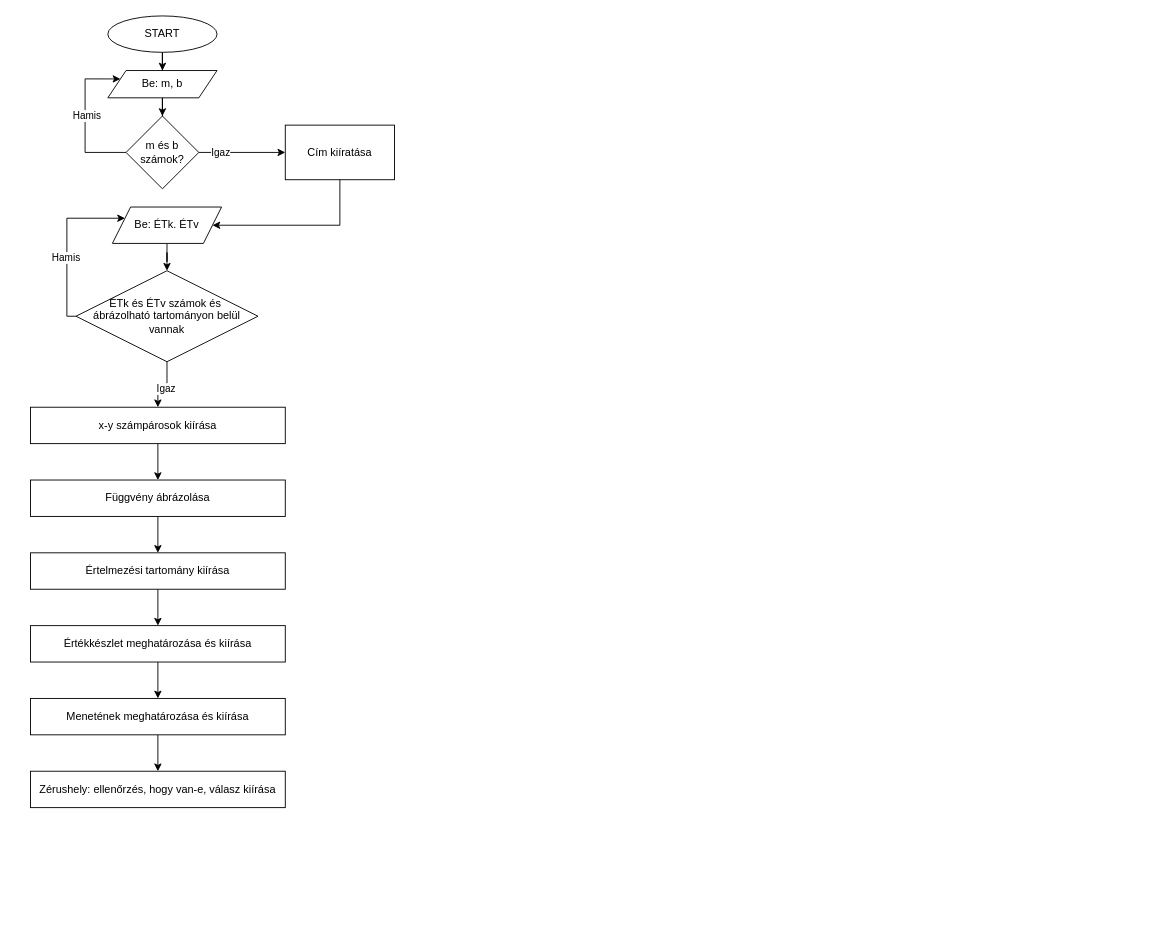
Before: elsofoku.drawio in Szirmill/szirmill.github.io, a draw.io diagram. Source tidied: cells renumbered, new cells numbered last; positions are measured from the earlier drawing's top-left corner, leaving out a move shared by most shapes. Both pictures are drawn from the tidied source at 91%, with x=0, y=0 at pixel (30, 15).
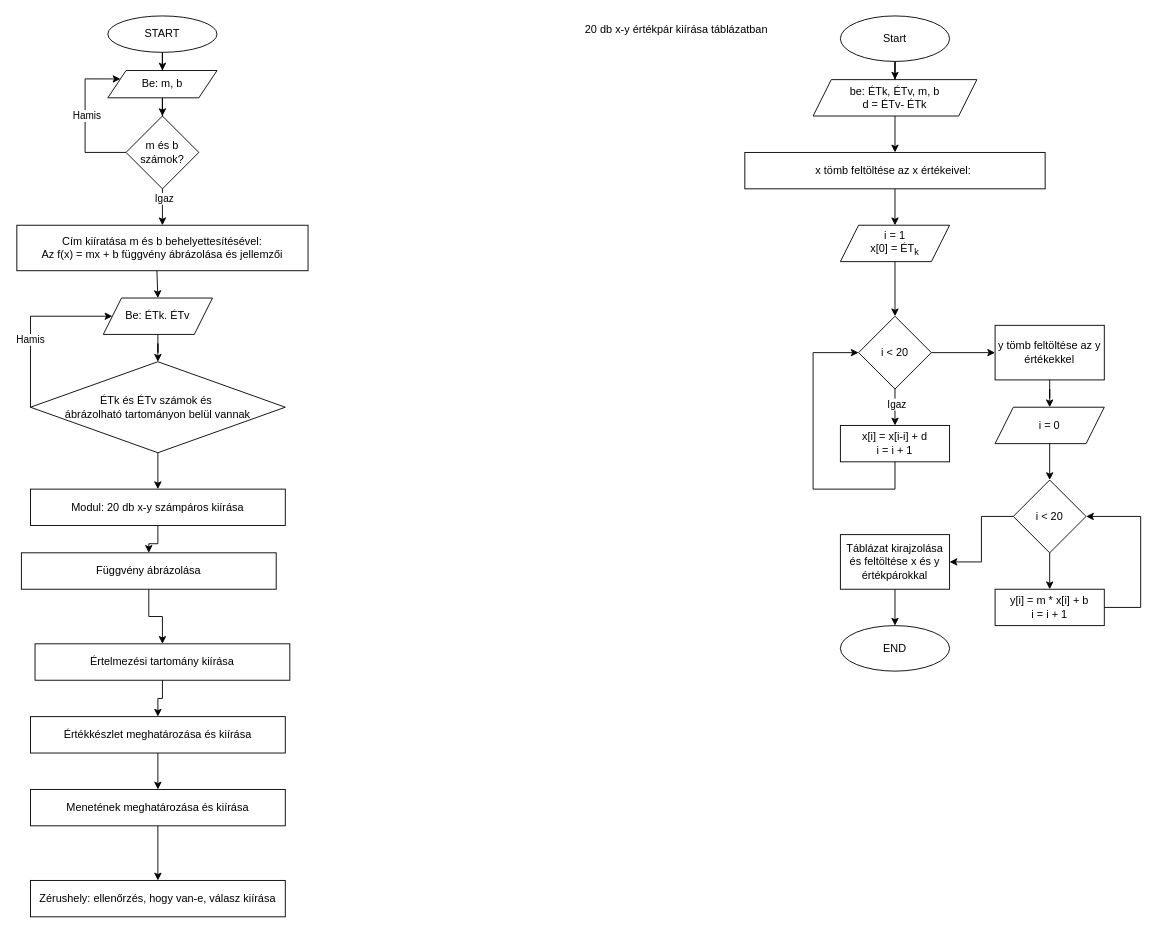
The same page after the edit.

Unchanged cells that the change refers to:
```xml
<mxCell id="10" value="m és b számok?" style="rhombus;whiteSpace=wrap;html=1;" parent="1" vertex="1">
  <mxGeometry x="105" y="110" width="80" height="80" as="geometry" />
</mxCell>
```

Change to the diagram source:
```diff
@@
-    <mxCell id="6" style="edgeStyle=orthogonalEdgeStyle;rounded=0;jettySize=auto;html=1;entryX=0;entryY=0.5;entryDx=0;entryDy=0;" parent="1" edge="1" source="10" target="20">
+    <mxCell id="6" style="edgeStyle=orthogonalEdgeStyle;rounded=0;jettySize=auto;html=1;entryX=0.5;entryY=0;entryDx=0;entryDy=0;" parent="1" edge="1" source="10" target="20">
       <mxGeometry relative="1" as="geometry" />
     </mxCell>
@@
     <mxCell id="12" value="Be: ÉTk.&amp;nbsp;&lt;span style=&quot;background-color: transparent; color: light-dark(rgb(0, 0, 0), rgb(255, 255, 255));&quot;&gt;ÉTv&lt;/span&gt;" style="shape=parallelogram;perimeter=parallelogramPerimeter;whiteSpace=wrap;html=1;fixedSize=1;" parent="1" vertex="1">
-      <mxGeometry x="90" y="210" width="120" height="40" as="geometry" />
+      <mxGeometry x="80" y="310" width="120" height="40" as="geometry" />
     </mxCell>
-    <mxCell id="13" style="edgeStyle=orthogonalEdgeStyle;rounded=0;jettySize=auto;html=1;" parent="1" edge="1" source="17" target="19">
-      <mxGeometry relative="1" as="geometry" />
-    </mxCell>
-    <mxCell id="14" value="Igaz" style="edgeLabel;html=1;align=center;verticalAlign=middle;" parent="13" vertex="1">
-      <mxGeometry x="-0.1" y="4" relative="1" as="geometry" />
-    </mxCell>
-    <mxCell id="15" style="edgeStyle=orthogonalEdgeStyle;rounded=0;jettySize=auto;html=1;exitX=0;exitY=0.5;exitDx=0;exitDy=0;entryX=0;entryY=0.25;entryDx=0;entryDy=0;" parent="1" edge="1" source="17" target="12">
-      <mxGeometry relative="1" as="geometry">
-        <Array as="points">
-          <mxPoint x="40" y="330" />
-          <mxPoint x="40" y="222" />
-        </Array>
-      </mxGeometry>
-    </mxCell>
-    <mxCell id="16" value="Hamis" style="edgeLabel;html=1;align=center;verticalAlign=middle;" parent="15" vertex="1">
-      <mxGeometry x="-0.17" y="2" relative="1" as="geometry" />
-    </mxCell>
     <mxCell id="17" value="ÉTk és ÉTv számok és&amp;nbsp;&lt;div&gt;ábrázolható tartományon belül vannak&lt;/div&gt;" style="rhombus;whiteSpace=wrap;html=1;" parent="1" vertex="1">
-      <mxGeometry x="50" y="280" width="200" height="100" as="geometry" />
+      <mxGeometry y="380" width="280" height="100" as="geometry" />
     </mxCell>
@@
-    <mxCell id="19" value="x-y számpárosok kiírása" style="whiteSpace=wrap;html=1;" parent="1" vertex="1">
-      <mxGeometry y="430" width="280" height="40" as="geometry" />
+    <mxCell id="19" value="Modul: 20 db x-y számpáros kiírása" style="whiteSpace=wrap;html=1;" parent="1" vertex="1">
+      <mxGeometry y="520" width="280" height="40" as="geometry" />
     </mxCell>
-    <mxCell id="20" value="Cím kiíratása" style="rounded=0;whiteSpace=wrap;html=1;" parent="1" vertex="1">
-      <mxGeometry x="280" y="120" width="120" height="60" as="geometry" />
+    <mxCell id="20" value="Cím kiíratása m és b behelyettesítésével:&lt;br&gt;Az f(x) = mx + b függvény ábrázolása és jellemzői" style="rounded=0;whiteSpace=wrap;html=1;" parent="1" vertex="1">
+      <mxGeometry x="-15" y="230" width="320" height="50" as="geometry" />
     </mxCell>
-    <mxCell id="21" style="endArrow=classic;html=1;rounded=0;entryX=1;entryY=0.5;entryDx=0;entryDy=0;exitX=0.5;exitY=1;exitDx=0;exitDy=0;" parent="1" edge="1" source="20" target="12">
-      <mxGeometry relative="1" as="geometry">
-        <Array as="points">
-          <mxPoint x="340" y="230" />
-          <mxPoint x="250" y="230" />
-        </Array>
-      </mxGeometry>
-    </mxCell>
@@
     <mxCell id="23" value="Függvény ábrázolása" style="whiteSpace=wrap;html=1;" parent="1" vertex="1">
-      <mxGeometry y="510" width="280" height="40" as="geometry" />
+      <mxGeometry x="-10" y="590" width="280" height="40" as="geometry" />
     </mxCell>
@@
     <mxCell id="25" value="Értelmezési tartomány kiírása" style="whiteSpace=wrap;html=1;" parent="1" vertex="1">
-      <mxGeometry y="590" width="280" height="40" as="geometry" />
+      <mxGeometry x="5" y="690" width="280" height="40" as="geometry" />
     </mxCell>
@@
     <mxCell id="27" value="Értékkészlet meghatározása és kiírása" style="whiteSpace=wrap;html=1;" parent="1" vertex="1">
-      <mxGeometry y="670" width="280" height="40" as="geometry" />
+      <mxGeometry y="770" width="280" height="40" as="geometry" />
     </mxCell>
@@
     <mxCell id="29" value="Menetének meghatározása és kiírása" style="whiteSpace=wrap;html=1;" parent="1" vertex="1">
-      <mxGeometry y="750" width="280" height="40" as="geometry" />
+      <mxGeometry y="850" width="280" height="40" as="geometry" />
     </mxCell>
     <mxCell id="30" value="Zérushely: ellenőrzés, hogy van-e, válasz kiírása" style="whiteSpace=wrap;html=1;" parent="1" vertex="1">
-      <mxGeometry y="830" width="280" height="40" as="geometry" />
+      <mxGeometry y="950" width="280" height="40" as="geometry" />
     </mxCell>
+    <mxCell id="21" style="endArrow=classic;html=1;rounded=0;entryX=0.5;entryY=0;entryDx=0;entryDy=0;exitX=0.481;exitY=1;exitDx=0;exitDy=0;exitPerimeter=0;" parent="1" edge="1" source="20" target="12">
+      <mxGeometry relative="1" as="geometry" />
+    </mxCell>
+    <mxCell id="15" style="endArrow=classic;html=1;rounded=0;exitX=0;exitY=0.5;exitDx=0;exitDy=0;entryX=0;entryY=0.5;entryDx=0;entryDy=0;" parent="1" edge="1" source="17" target="12">
+      <mxGeometry relative="1" as="geometry">
+        <Array as="points">
+          <mxPoint y="330" />
+        </Array>
+      </mxGeometry>
+    </mxCell>
+    <mxCell id="16" value="Hamis" style="edgeLabel;html=1;align=center;verticalAlign=middle;" parent="15" vertex="1">
+      <mxGeometry x="-0.21" y="1" relative="1" as="geometry" />
+    </mxCell>
+    <mxCell id="13" style="endArrow=classic;html=1;rounded=0;exitX=0.5;exitY=1;exitDx=0;exitDy=0;entryX=0.5;entryY=0;entryDx=0;entryDy=0;" parent="1" edge="1" source="17" target="19">
+      <mxGeometry relative="1" as="geometry" />
+    </mxCell>
+    <mxCell id="31" style="edgeStyle=orthogonalEdgeStyle;rounded=0;jettySize=auto;html=1;entryX=0.5;entryY=0;entryDx=0;entryDy=0;" parent="1" edge="1" source="32" target="42">
+      <mxGeometry relative="1" as="geometry" />
+    </mxCell>
+    <mxCell id="32" value="Start" style="ellipse;whiteSpace=wrap;html=1;" parent="1" vertex="1">
+      <mxGeometry x="890" width="120" height="50" as="geometry" />
+    </mxCell>
+    <mxCell id="33" style="edgeStyle=orthogonalEdgeStyle;rounded=0;jettySize=auto;html=1;" parent="1" edge="1" source="34" target="36">
+      <mxGeometry relative="1" as="geometry" />
+    </mxCell>
+    <mxCell id="34" value="x tömb feltöltése az x értékeivel:&amp;nbsp;" style="whiteSpace=wrap;html=1;" parent="1" vertex="1">
+      <mxGeometry x="785" y="150" width="330" height="40" as="geometry" />
+    </mxCell>
+    <mxCell id="35" value="20 db x-y értékpár kiírása táblázatban" style="text;html=1;align=center;verticalAlign=middle;whiteSpace=wrap;rounded=0;" parent="1" vertex="1">
+      <mxGeometry x="600" width="220" height="30" as="geometry" />
+    </mxCell>
+    <mxCell id="36" value="i = 1&lt;div&gt;x[0] = ÉT&lt;sub&gt;k&lt;/sub&gt;&lt;/div&gt;" style="shape=parallelogram;perimeter=parallelogramPerimeter;whiteSpace=wrap;html=1;fixedSize=1;" parent="1" vertex="1">
+      <mxGeometry x="890" y="230" width="120" height="40" as="geometry" />
+    </mxCell>
+    <mxCell id="37" style="edgeStyle=orthogonalEdgeStyle;rounded=0;jettySize=auto;html=1;" parent="1" edge="1" source="39" target="40">
+      <mxGeometry relative="1" as="geometry" />
+    </mxCell>
+    <mxCell id="14" value="Igaz" style="edgeLabel;html=1;align=center;verticalAlign=middle;" parent="37" vertex="1">
+      <mxGeometry x="-0.2" y="1" relative="1" as="geometry" />
+    </mxCell>
+    <mxCell id="38" style="edgeStyle=orthogonalEdgeStyle;rounded=0;jettySize=auto;html=1;" parent="1" edge="1" source="39" target="46">
+      <mxGeometry relative="1" as="geometry" />
+    </mxCell>
+    <mxCell id="39" value="i &amp;lt; 20" style="rhombus;whiteSpace=wrap;html=1;" parent="1" vertex="1">
+      <mxGeometry x="910" y="330" width="80" height="80" as="geometry" />
+    </mxCell>
+    <mxCell id="40" value="x[i] = x[i-i] + d&lt;div&gt;i = i + 1&lt;/div&gt;" style="whiteSpace=wrap;html=1;" parent="1" vertex="1">
+      <mxGeometry x="890" y="450" width="120" height="40" as="geometry" />
+    </mxCell>
+    <mxCell id="41" style="edgeStyle=orthogonalEdgeStyle;rounded=0;jettySize=auto;html=1;" parent="1" edge="1" source="42" target="34">
+      <mxGeometry relative="1" as="geometry" />
+    </mxCell>
+    <mxCell id="42" value="be: ÉTk, ÉTv, m, b&lt;div&gt;d = ÉTv- ÉTk&lt;/div&gt;" style="shape=parallelogram;perimeter=parallelogramPerimeter;whiteSpace=wrap;html=1;fixedSize=1;" parent="1" vertex="1">
+      <mxGeometry x="860" y="70" width="180" height="40" as="geometry" />
+    </mxCell>
+    <mxCell id="43" style="endArrow=classic;html=1;rounded=0;exitX=0.5;exitY=1;exitDx=0;exitDy=0;entryX=0;entryY=0.5;entryDx=0;entryDy=0;" parent="1" edge="1" source="40" target="39">
+      <mxGeometry relative="1" as="geometry">
+        <Array as="points">
+          <mxPoint x="950" y="520" />
+          <mxPoint x="860" y="520" />
+          <mxPoint x="860" y="370" />
+        </Array>
+      </mxGeometry>
+    </mxCell>
+    <mxCell id="44" style="endArrow=classic;html=1;rounded=0;exitX=0.5;exitY=1;exitDx=0;exitDy=0;entryX=0.5;entryY=0;entryDx=0;entryDy=0;" parent="1" edge="1" source="36" target="39">
+      <mxGeometry relative="1" as="geometry" />
+    </mxCell>
+    <mxCell id="45" style="edgeStyle=orthogonalEdgeStyle;rounded=0;jettySize=auto;html=1;" parent="1" edge="1" source="46" target="48">
+      <mxGeometry relative="1" as="geometry" />
+    </mxCell>
+    <mxCell id="46" value="y tömb feltöltése az y értékekkel" style="rounded=0;whiteSpace=wrap;html=1;" parent="1" vertex="1">
+      <mxGeometry x="1060" y="340" width="120" height="60" as="geometry" />
+    </mxCell>
+    <mxCell id="47" style="edgeStyle=orthogonalEdgeStyle;rounded=0;jettySize=auto;html=1;" parent="1" edge="1" source="48" target="51">
+      <mxGeometry relative="1" as="geometry" />
+    </mxCell>
+    <mxCell id="48" value="i = 0" style="shape=parallelogram;perimeter=parallelogramPerimeter;whiteSpace=wrap;html=1;fixedSize=1;rounded=0;" parent="1" vertex="1">
+      <mxGeometry x="1060" y="430" width="120" height="40" as="geometry" />
+    </mxCell>
+    <mxCell id="49" style="edgeStyle=orthogonalEdgeStyle;rounded=0;jettySize=auto;html=1;" parent="1" edge="1" source="51" target="52">
+      <mxGeometry relative="1" as="geometry" />
+    </mxCell>
+    <mxCell id="50" style="edgeStyle=orthogonalEdgeStyle;rounded=0;jettySize=auto;html=1;" parent="1" edge="1" source="51" target="54">
+      <mxGeometry relative="1" as="geometry" />
+    </mxCell>
+    <mxCell id="51" value="i &amp;lt; 20" style="rhombus;whiteSpace=wrap;html=1;rounded=0;" parent="1" vertex="1">
+      <mxGeometry x="1080" y="510" width="80" height="80" as="geometry" />
+    </mxCell>
+    <mxCell id="52" value="y[i] = m * x[i] + b&lt;div&gt;i = i + 1&lt;/div&gt;" style="whiteSpace=wrap;html=1;rounded=0;" parent="1" vertex="1">
+      <mxGeometry x="1060" y="630" width="120" height="40" as="geometry" />
+    </mxCell>
+    <mxCell id="53" style="endArrow=classic;html=1;rounded=0;exitX=1;exitY=0.5;exitDx=0;exitDy=0;entryX=1;entryY=0.5;entryDx=0;entryDy=0;" parent="1" edge="1" source="52" target="51">
+      <mxGeometry relative="1" as="geometry">
+        <Array as="points">
+          <mxPoint x="1220" y="650" />
+          <mxPoint x="1220" y="550" />
+        </Array>
+      </mxGeometry>
+    </mxCell>
+    <mxCell id="54" value="Táblázat kirajzolása és feltöltése x és y értékpárokkal" style="whiteSpace=wrap;html=1;rounded=0;" parent="1" vertex="1">
+      <mxGeometry x="890" y="570" width="120" height="60" as="geometry" />
+    </mxCell>
+    <mxCell id="55" value="END" style="ellipse;whiteSpace=wrap;html=1;" parent="1" vertex="1">
+      <mxGeometry x="890" y="670" width="120" height="50" as="geometry" />
+    </mxCell>
+    <mxCell id="56" style="endArrow=classic;html=1;rounded=0;exitX=0.5;exitY=1;exitDx=0;exitDy=0;entryX=0.5;entryY=0;entryDx=0;entryDy=0;" parent="1" edge="1" source="54" target="55">
+      <mxGeometry relative="1" as="geometry" />
+    </mxCell>
```
